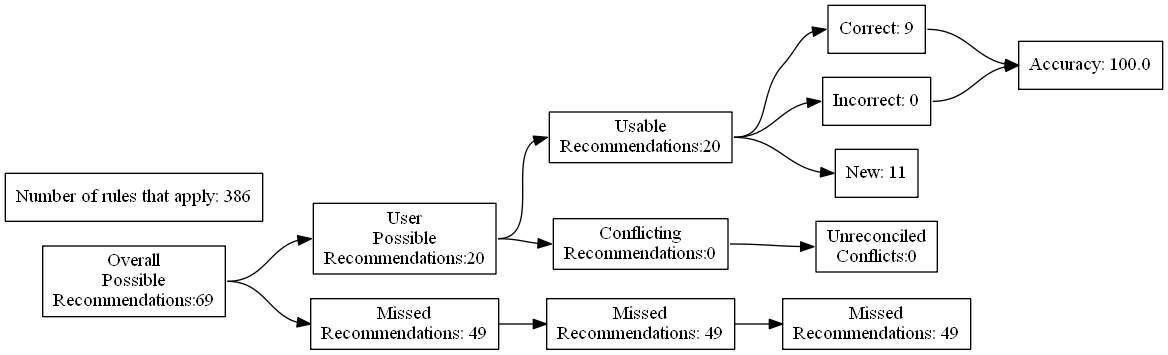
ZaxR/ibd_diet_analysis keeps this Graphviz diagram as test_renders/47.gv.png. Above is the earlier version. Its source is kept beside it as test_renders/47.gv.
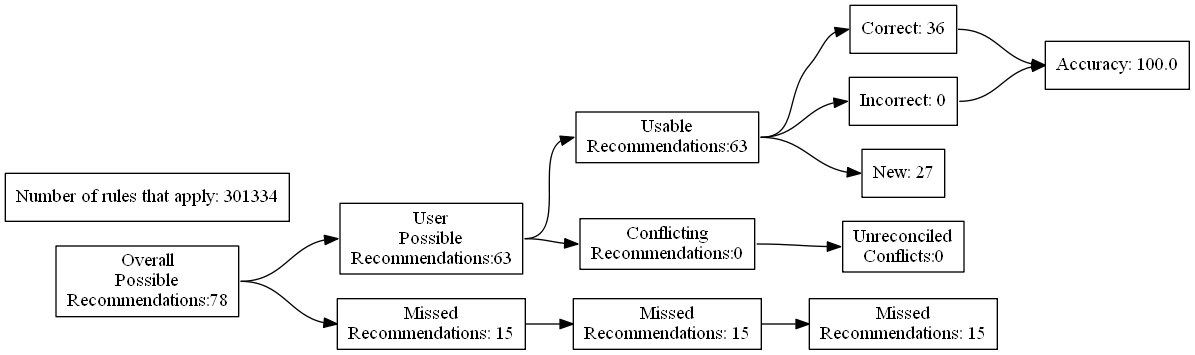
After the change.

The edit, as a diff of the source:
```diff
@@ -4,27 +4,27 @@
 	edge [headport=w tailport=e]
 		A [label="Overall
 Possible
-Recommendations:69"]
+Recommendations:78"]
 		B [label="User
 Possible
-Recommendations:20"]
+Recommendations:63"]
 		C [label="Missed
-Recommendations: 49"]
+Recommendations: 15"]
 		D [label="Usable
-Recommendations:20"]
+Recommendations:63"]
 		E [label="Conflicting
 Recommendations:0"]
 		J [label="Missed
-Recommendations: 49"]
+Recommendations: 15"]
 		M [label="Unreconciled
 Conflicts:0"]
-		F [label="Correct: 9"]
+		F [label="Correct: 36"]
 		G [label="Incorrect: 0"]
-		H [label="New: 11"]
+		H [label="New: 27"]
 		K [label="Missed
-Recommendations: 49"]
+Recommendations: 15"]
 		I [label="Accuracy: 100.0"]
-		l [label="Number of rules that apply: 386"]
+		l [label="Number of rules that apply: 301334"]
 			A -> B
 			A -> C
 			B -> D
```
